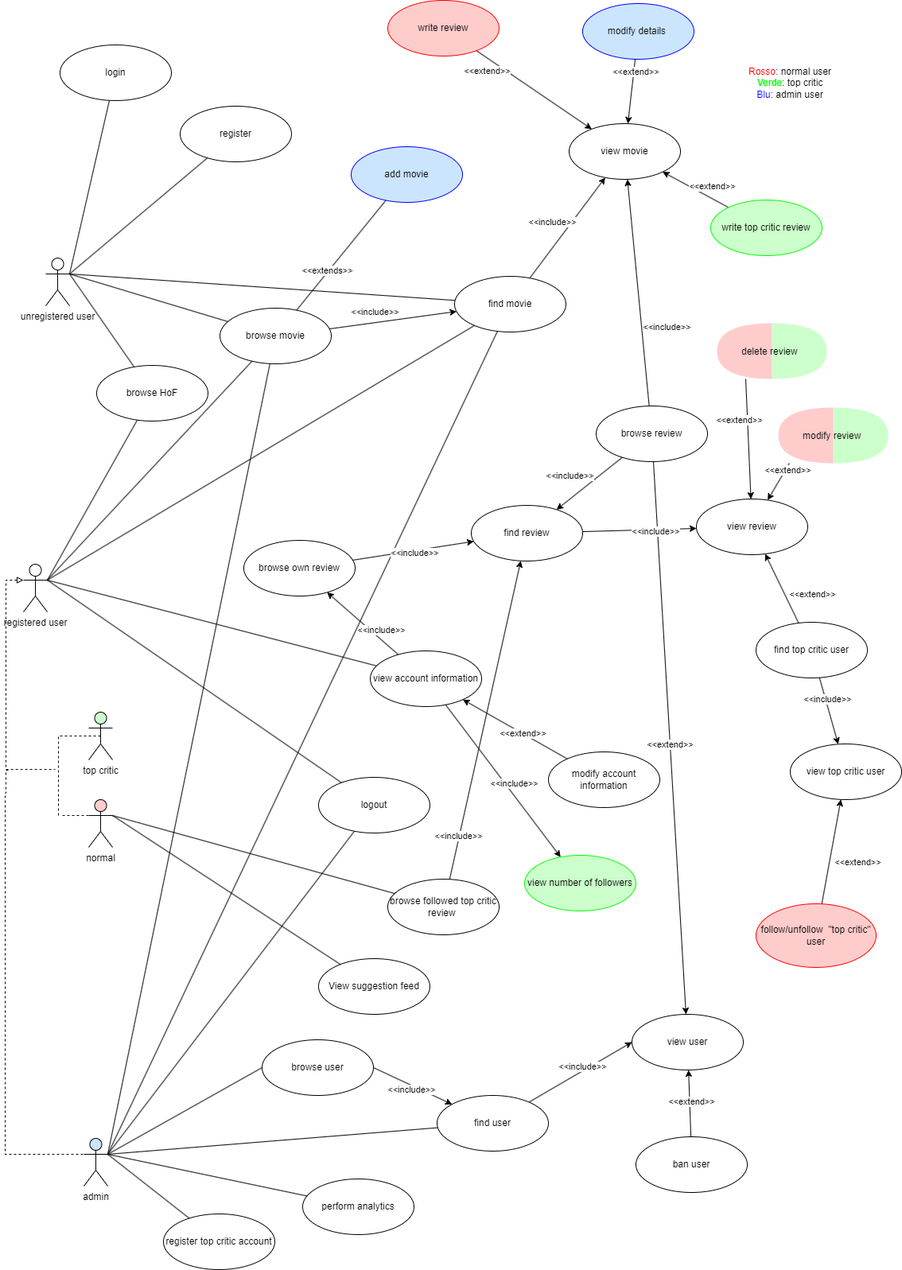
This is images/PNG/LatexUseCases.png from glmquint/RottenMovies, a draw.io export, as it was before one commit. Source tidied: cells renumbered, new cells last; positions are measured from the earlier drawing's top-left corner, leaving out a move shared by most shapes.
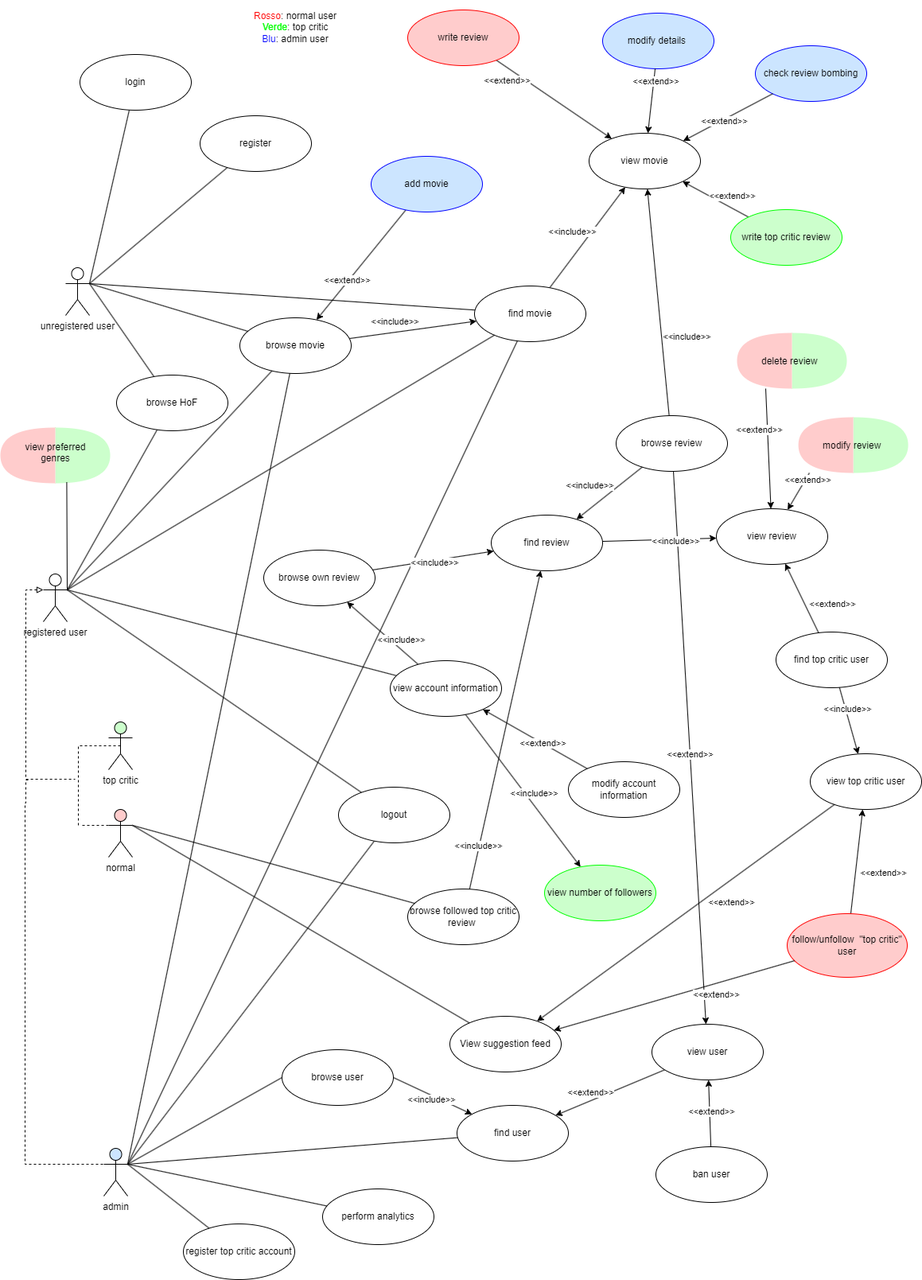
The same diagram one commit later.

Commit message:
fix mistake in use case diagram and typos on user.json

What changed in the source:
```diff
@@ -102,10 +102,10 @@
     <mxCell id="31" style="edgeStyle=none;rounded=0;jettySize=auto;html=1;exitX=1;exitY=0.3333333333333333;exitDx=0;exitDy=0;exitPerimeter=0;entryX=0;entryY=0.5;entryDx=0;entryDy=0;startArrow=none;startFill=0;endArrow=none;endFill=0;" parent="1" edge="1" source="36" target="52">
       <mxGeometry relative="1" as="geometry" />
     </mxCell>
-    <mxCell id="32" style="edgeStyle=none;rounded=0;jettySize=auto;html=1;startArrow=none;startFill=0;endArrow=none;endFill=0;" parent="1" edge="1" source="11" target="63">
+    <mxCell id="32" style="edgeStyle=none;rounded=0;jettySize=auto;html=1;startArrow=classic;startFill=1;endArrow=none;endFill=0;" parent="1" edge="1" source="11" target="63">
       <mxGeometry relative="1" as="geometry" />
     </mxCell>
-    <mxCell id="33" value="&amp;lt;&amp;lt;extends&amp;gt;&amp;gt;" style="edgeLabel;html=1;align=center;verticalAlign=middle;" parent="32" vertex="1">
+    <mxCell id="33" value="&amp;lt;&amp;lt;extend&amp;gt;&amp;gt;" style="edgeLabel;html=1;align=center;verticalAlign=middle;" parent="32" vertex="1">
       <mxGeometry x="-0.29" y="2" relative="1" as="geometry" />
     </mxCell>
     <mxCell id="34" style="edgeStyle=none;rounded=0;jettySize=auto;html=1;exitX=1;exitY=0.3333333333333333;exitDx=0;exitDy=0;exitPerimeter=0;startArrow=none;startFill=0;endArrow=none;endFill=0;" parent="1" edge="1" source="36" target="55">
@@ -164,7 +164,7 @@
       </mxGeometry>
     </mxCell>
     <mxCell id="48" value="follow/unfollow&amp;nbsp; &quot;top critic&quot; user" style="ellipse;whiteSpace=wrap;html=1;strokeColor=#FF0000;fillColor=#FFCCCC;" parent="1" vertex="1">
-      <mxGeometry x="944" y="1136" width="151" height="80" as="geometry" />
+      <mxGeometry x="958" y="1136" width="151" height="80" as="geometry" />
     </mxCell>
     <mxCell id="49" value="browse followed top critic review&amp;nbsp;" style="ellipse;whiteSpace=wrap;html=1;strokeColor=#000000;fillColor=none;" parent="1" vertex="1">
       <mxGeometry x="481" y="1105" width="140" height="70" as="geometry" />
@@ -180,10 +180,10 @@
     <mxCell id="52" value="browse user" style="ellipse;whiteSpace=wrap;html=1;fontStyle=0;strokeColor=#000000;" parent="1" vertex="1">
       <mxGeometry x="323" y="1307" width="140" height="70" as="geometry" />
     </mxCell>
-    <mxCell id="53" style="edgeStyle=none;rounded=0;jettySize=auto;html=1;entryX=0;entryY=0.5;entryDx=0;entryDy=0;startArrow=none;startFill=0;endArrow=classic;endFill=1;" parent="1" edge="1" source="55" target="56">
+    <mxCell id="53" style="edgeStyle=none;rounded=0;jettySize=auto;html=1;startArrow=none;startFill=0;endArrow=classic;endFill=1;" parent="1" edge="1" source="56" target="55">
       <mxGeometry relative="1" as="geometry" />
     </mxCell>
-    <mxCell id="54" value="&amp;lt;&amp;lt;include&amp;gt;&amp;gt;" style="edgeLabel;html=1;align=center;verticalAlign=middle;" parent="53" vertex="1">
+    <mxCell id="54" value="&amp;lt;&amp;lt;extend&amp;gt;&amp;gt;" style="edgeLabel;html=1;align=center;verticalAlign=middle;" parent="53" vertex="1">
       <mxGeometry x="0.19" y="-3" relative="1" as="geometry">
         <mxPoint x="-11" y="-3" as="offset" />
       </mxGeometry>
@@ -226,7 +226,7 @@
       <mxGeometry x="374" y="1482" width="140" height="70" as="geometry" />
     </mxCell>
     <mxCell id="66" value="&lt;font color=&quot;#ff0000&quot;&gt;Rosso&lt;/font&gt;: normal user&lt;br&gt;&lt;font color=&quot;#00ff00&quot;&gt;Verde&lt;/font&gt;: top critic&lt;br&gt;&lt;font color=&quot;#0000ff&quot;&gt;Blu&lt;/font&gt;: admin user" style="text;html=1;strokeColor=none;fillColor=none;align=center;verticalAlign=middle;whiteSpace=wrap;rounded=0;" parent="1" vertex="1">
-      <mxGeometry x="895" y="70" width="184" height="68" as="geometry" />
+      <mxGeometry x="248" y="-12" width="184" height="68" as="geometry" />
     </mxCell>
     <mxCell id="67" value="top critic" style="shape=umlActor;verticalLabelPosition=bottom;labelBackgroundColor=#ffffff;verticalAlign=top;html=1;outlineConnect=0;fillColor=#CCFFCC;" parent="1" vertex="1">
       <mxGeometry x="105" y="895" width="30" height="60" as="geometry" />
@@ -405,7 +405,52 @@
       <mxGeometry relative="1" as="geometry" />
     </mxCell>
     <mxCell id="115" value="View suggestion feed" style="ellipse;whiteSpace=wrap;html=1;strokeColor=#000000;fillColor=none;" parent="1" vertex="1">
-      <mxGeometry x="394" y="1205" width="140" height="70" as="geometry" />
+      <mxGeometry x="534" y="1265" width="140" height="70" as="geometry" />
     </mxCell>
+    <mxCell id="116" style="edgeStyle=none;rounded=0;jettySize=auto;html=1;startArrow=classic;startFill=1;endArrow=none;endFill=0;" parent="1" edge="1" source="115" target="73">
+      <mxGeometry relative="1" as="geometry" />
+    </mxCell>
+    <mxCell id="117" value="&amp;lt;&amp;lt;extend&amp;gt;&amp;gt;" style="edgeLabel;html=1;align=center;verticalAlign=middle;" parent="116" vertex="1">
+      <mxGeometry x="0.13" y="1" relative="1" as="geometry">
+        <mxPoint x="33.5" y="5" as="offset" />
+      </mxGeometry>
+    </mxCell>
+    <mxCell id="118" style="edgeStyle=none;rounded=0;jettySize=auto;html=1;startArrow=classic;startFill=1;endArrow=none;endFill=0;" parent="1" edge="1" source="115" target="48">
+      <mxGeometry relative="1" as="geometry" />
+    </mxCell>
+    <mxCell id="119" value="&amp;lt;&amp;lt;extend&amp;gt;&amp;gt;" style="edgeLabel;html=1;align=center;verticalAlign=middle;" parent="118" vertex="1">
+      <mxGeometry x="0.13" y="1" relative="1" as="geometry">
+        <mxPoint x="33.5" y="5" as="offset" />
+      </mxGeometry>
+    </mxCell>
+    <mxCell id="120" value="check review bombing" style="ellipse;whiteSpace=wrap;html=1;fontStyle=0;strokeColor=#0000FF;fillColor=#CCE5FF;" parent="1" vertex="1">
+      <mxGeometry x="918" y="45" width="140" height="70" as="geometry" />
+    </mxCell>
+    <mxCell id="121" style="edgeStyle=none;rounded=0;jettySize=auto;html=1;endArrow=none;endFill=0;startArrow=classic;startFill=1;" parent="1" edge="1" source="17" target="120">
+      <mxGeometry relative="1" as="geometry" />
+    </mxCell>
+    <mxCell id="122" value="&amp;lt;&amp;lt;extend&amp;gt;&amp;gt;" style="edgeLabel;html=1;align=center;verticalAlign=middle;" parent="121" vertex="1">
+      <mxGeometry x="0.29" relative="1" as="geometry">
+        <mxPoint x="-21" y="13" as="offset" />
+      </mxGeometry>
+    </mxCell>
+    <mxCell id="123" style="group;" parent="1" vertex="1">
+      <mxGeometry x="-31" y="525" width="138" height="70" as="geometry" />
+    </mxCell>
+    <mxCell id="124" style="group;" parent="123" vertex="1">
+      <mxGeometry width="138" height="70" as="geometry" />
+    </mxCell>
+    <mxCell id="125" style="shape=or;whiteSpace=wrap;html=1;strokeColor=none;strokeWidth=1;fillColor=#CCFFCC;gradientColor=none;" parent="124" vertex="1">
+      <mxGeometry x="69" width="69" height="70" as="geometry" />
+    </mxCell>
+    <mxCell id="126" style="shape=or;whiteSpace=wrap;html=1;strokeColor=none;strokeWidth=1;fillColor=#FFCCCC;gradientColor=none;rotation=-180;" parent="124" vertex="1">
+      <mxGeometry width="69" height="70" as="geometry" />
+    </mxCell>
+    <mxCell id="127" value="view preferred &lt;br&gt;genres" style="text;html=1;align=center;verticalAlign=top;spacingTop=-4;" parent="124" vertex="1">
+      <mxGeometry x="19" y="15" width="100" height="40" as="geometry" />
+    </mxCell>
+    <mxCell id="128" style="edgeStyle=none;rounded=0;jettySize=auto;html=1;startArrow=none;startFill=0;endArrow=none;endFill=0;entryX=1;entryY=0.3333333333333333;entryDx=0;entryDy=0;entryPerimeter=0;exitX=0.209;exitY=0.98;exitDx=0;exitDy=0;exitPerimeter=0;" parent="1" edge="1" source="125" target="27">
+      <mxGeometry relative="1" as="geometry" />
+    </mxCell>
   </root>
 </mxGraphModel>
```
